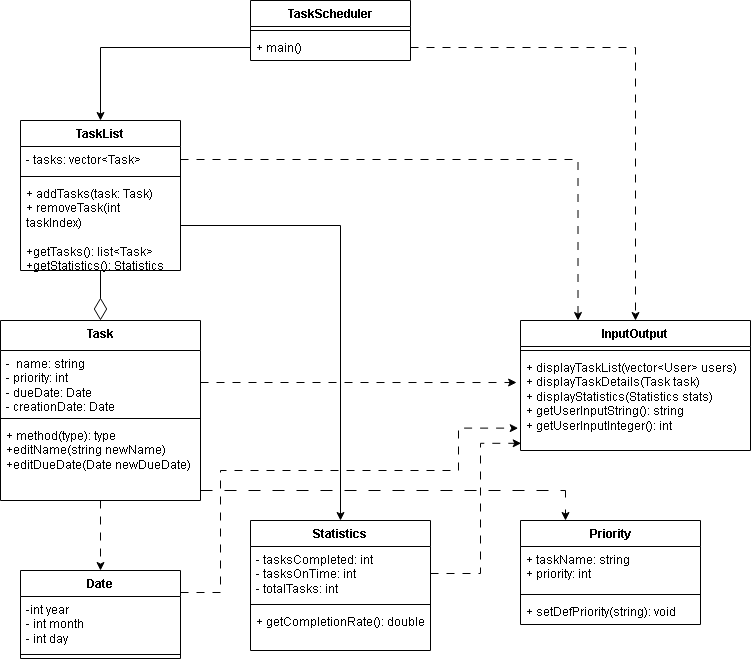
Above: supplementary/ProjectUML.png in ChrisWoo0443/cs100-final-project (draw.io), before the change. Source tidied: cells renumbered, new cells last; positions are measured from the earlier drawing's top-left corner, leaving out a move shared by most shapes.
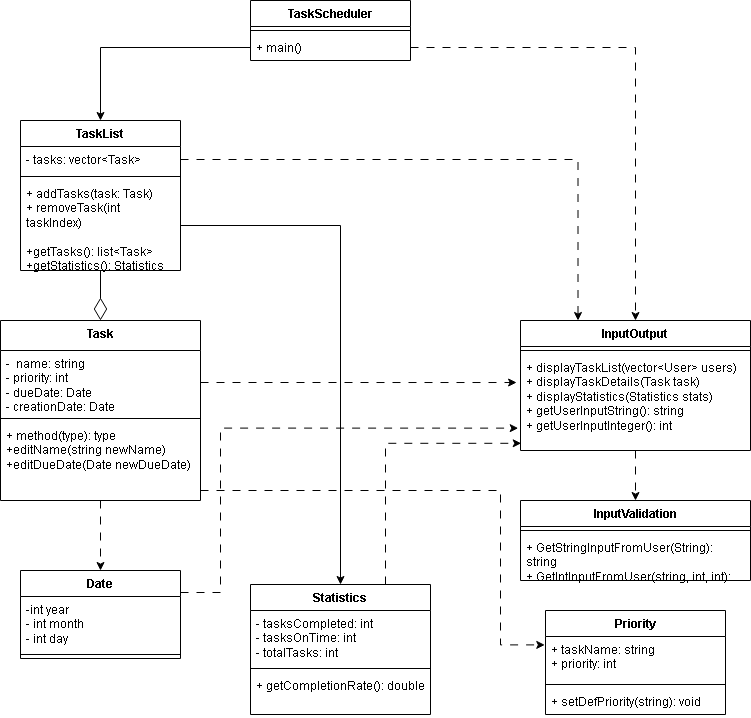
Later version of the same file.

What changed in the source:
```diff
@@ -32,6 +32,9 @@
     <mxCell id="11" value="+ addTasks(task: Task)&lt;br&gt;+ removeTask(int taskIndex)&lt;br&gt;&lt;br&gt;+getTasks(): list&amp;lt;Task&amp;gt;&lt;br&gt;+getStatistics(): Statistics" style="text;strokeColor=none;fillColor=none;align=left;verticalAlign=top;spacingLeft=4;spacingRight=4;overflow=hidden;points=[[0,0.5],[1,0.5]];portConstraint=eastwest;whiteSpace=wrap;html=1;" parent="8" vertex="1">
       <mxGeometry y="60" width="160" height="90" as="geometry" />
     </mxCell>
+    <mxCell id="37" style="edgeStyle=orthogonalEdgeStyle;rounded=0;jettySize=auto;html=1;entryX=0.5;entryY=0;entryDx=0;entryDy=0;dashed=1;dashPattern=8 8;" parent="1" edge="1" source="12" target="38">
+      <mxGeometry relative="1" as="geometry" />
+    </mxCell>
     <mxCell id="12" value="InputOutput" style="swimlane;fontStyle=1;align=center;verticalAlign=top;horizontal=1;startSize=26;whiteSpace=wrap;html=1;" parent="1" vertex="1">
       <mxGeometry x="520" y="320" width="230" height="130" as="geometry" />
     </mxCell>
@@ -42,7 +45,7 @@
       <mxGeometry y="34" width="230" height="96" as="geometry" />
     </mxCell>
     <mxCell id="15" value="Statistics" style="swimlane;fontStyle=1;align=center;verticalAlign=top;horizontal=1;startSize=26;whiteSpace=wrap;html=1;" parent="1" vertex="1">
-      <mxGeometry x="250" y="520" width="180" height="130" as="geometry" />
+      <mxGeometry x="250" y="584" width="180" height="130" as="geometry" />
     </mxCell>
     <mxCell id="16" value="- tasksCompleted: int&lt;br&gt;- tasksOnTime: int&lt;br&gt;- totalTasks: int" style="text;strokeColor=none;fillColor=none;align=left;verticalAlign=top;spacingLeft=4;spacingRight=4;overflow=hidden;points=[[0,0.5],[1,0.5]];portConstraint=eastwest;whiteSpace=wrap;html=1;" parent="15" vertex="1">
       <mxGeometry y="26" width="180" height="54" as="geometry" />
@@ -57,9 +60,7 @@
       <mxGeometry relative="1" as="geometry">
         <Array as="points">
           <mxPoint x="220" y="592" />
-          <mxPoint x="220" y="470" />
-          <mxPoint x="458" y="470" />
-          <mxPoint x="458" y="428" />
+          <mxPoint x="220" y="428" />
         </Array>
       </mxGeometry>
     </mxCell>
@@ -96,16 +97,15 @@
     <mxCell id="30" style="edgeStyle=orthogonalEdgeStyle;rounded=0;jettySize=auto;html=1;exitX=1;exitY=0.5;exitDx=0;exitDy=0;entryX=-0.017;entryY=0.292;entryDx=0;entryDy=0;entryPerimeter=0;dashed=1;dashPattern=8 8;" parent="1" edge="1" source="4" target="14">
       <mxGeometry relative="1" as="geometry" />
     </mxCell>
-    <mxCell id="31" style="edgeStyle=orthogonalEdgeStyle;rounded=0;jettySize=auto;html=1;entryX=0.003;entryY=0.925;entryDx=0;entryDy=0;entryPerimeter=0;dashed=1;dashPattern=8 8;" parent="1" edge="1" source="16" target="14">
+    <mxCell id="31" style="edgeStyle=orthogonalEdgeStyle;rounded=0;jettySize=auto;html=1;entryX=0.003;entryY=0.925;entryDx=0;entryDy=0;entryPerimeter=0;dashed=1;dashPattern=8 8;exitX=0.75;exitY=0;exitDx=0;exitDy=0;" parent="1" edge="1" source="15" target="14">
       <mxGeometry relative="1" as="geometry">
         <Array as="points">
-          <mxPoint x="480" y="573" />
-          <mxPoint x="480" y="443" />
+          <mxPoint x="385" y="443" />
         </Array>
       </mxGeometry>
     </mxCell>
     <mxCell id="32" value="Priority" style="swimlane;fontStyle=1;align=center;verticalAlign=top;horizontal=1;startSize=26;whiteSpace=wrap;html=1;" parent="1" vertex="1">
-      <mxGeometry x="520" y="520" width="180" height="104" as="geometry" />
+      <mxGeometry x="545" y="610" width="180" height="104" as="geometry" />
     </mxCell>
     <mxCell id="33" value="+ taskName: string&lt;br&gt;+ priority: int" style="text;strokeColor=none;fillColor=none;align=left;verticalAlign=top;spacingLeft=4;spacingRight=4;overflow=hidden;points=[[0,0.5],[1,0.5]];portConstraint=eastwest;whiteSpace=wrap;html=1;" parent="32" vertex="1">
       <mxGeometry y="26" width="180" height="44" as="geometry" />
@@ -116,12 +116,22 @@
     <mxCell id="35" value="+ setDefPriority(string): void" style="text;strokeColor=none;fillColor=none;align=left;verticalAlign=top;spacingLeft=4;spacingRight=4;overflow=hidden;whiteSpace=wrap;html=1;" parent="32" vertex="1">
       <mxGeometry y="78" width="180" height="26" as="geometry" />
     </mxCell>
-    <mxCell id="36" style="edgeStyle=orthogonalEdgeStyle;rounded=0;jettySize=auto;html=1;entryX=0.25;entryY=0;entryDx=0;entryDy=0;dashed=1;dashPattern=12 12;" parent="1" edge="1" source="6" target="32">
+    <mxCell id="36" style="edgeStyle=orthogonalEdgeStyle;rounded=0;jettySize=auto;html=1;entryX=-0.004;entryY=0.191;entryDx=0;entryDy=0;dashed=1;dashPattern=8 8;entryPerimeter=0;" parent="1" edge="1" source="6" target="33">
       <mxGeometry relative="1" as="geometry">
         <Array as="points">
-          <mxPoint x="565" y="490" />
+          <mxPoint x="500" y="490" />
+          <mxPoint x="500" y="644" />
         </Array>
       </mxGeometry>
     </mxCell>
+    <mxCell id="38" value="InputValidation" style="swimlane;fontStyle=1;align=center;verticalAlign=top;horizontal=1;startSize=26;whiteSpace=wrap;html=1;" parent="1" vertex="1">
+      <mxGeometry x="520" y="500" width="230" height="80" as="geometry" />
+    </mxCell>
+    <mxCell id="39" style="line;strokeWidth=1;fillColor=none;align=left;verticalAlign=middle;spacingTop=-1;spacingLeft=3;spacingRight=3;labelPosition=right;strokeColor=inherit;" parent="38" vertex="1">
+      <mxGeometry y="26" width="230" height="8" as="geometry" />
+    </mxCell>
+    <mxCell id="40" value="+&amp;nbsp;GetStringInputFromUser(String): string&lt;br&gt;+ GetIntInputFromUser(string, int, int): int" style="text;strokeColor=none;fillColor=none;align=left;verticalAlign=top;spacingLeft=4;spacingRight=4;overflow=hidden;whiteSpace=wrap;html=1;" parent="38" vertex="1">
+      <mxGeometry y="34" width="230" height="46" as="geometry" />
+    </mxCell>
   </root>
 </mxGraphModel>
```
